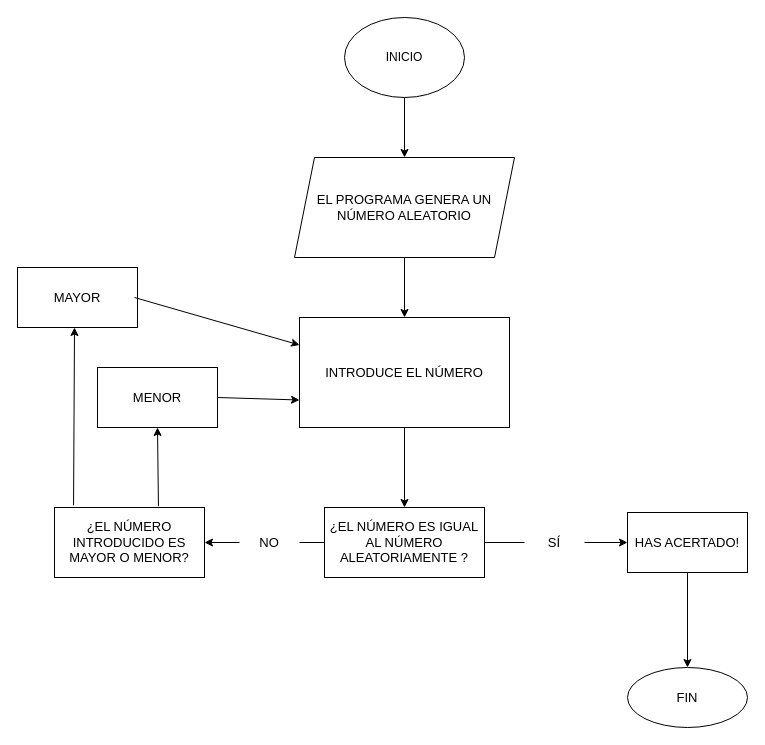
Above: diagrama.drawio in jaimeeramiirez/Adivina_un_numero_jaime_ramirez (draw.io), before the change. Source tidied: cells renumbered, new cells numbered last; positions are measured from the earlier drawing's top-left corner, leaving out a move shared by most shapes. Both pictures are drawn from the tidied source at 100%, with x=0, y=0 at pixel (17, 17).
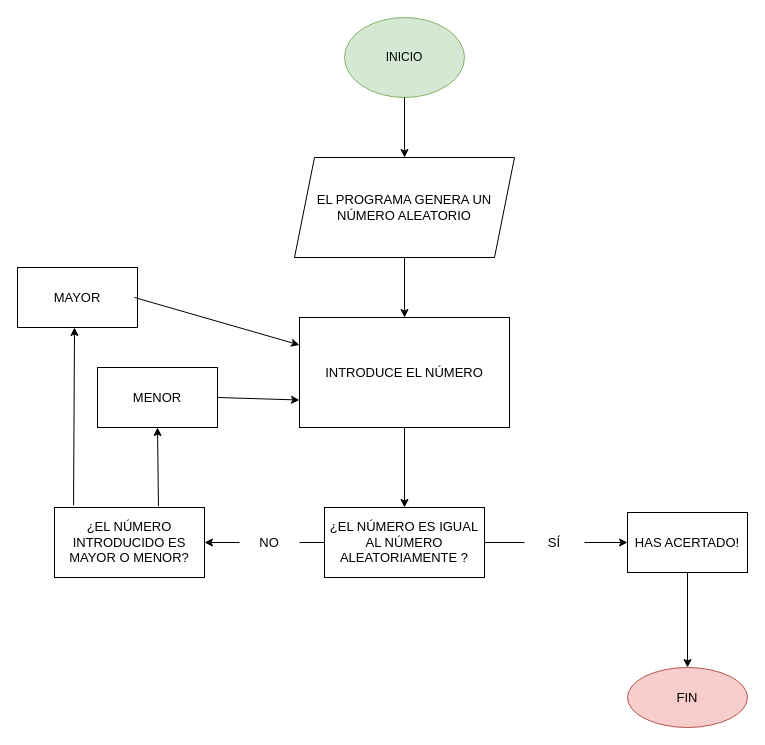
The same diagram, later.

What changed in the source:
```diff
@@
-    <mxCell id="2" value="INICIO" style="ellipse;whiteSpace=wrap;html=1;" parent="1" vertex="1">
+    <mxCell id="2" value="INICIO" style="ellipse;whiteSpace=wrap;html=1;fillColor=#D5E8D4;strokeColor=#82b366;" parent="1" vertex="1">
       <mxGeometry x="327" width="120" height="80" as="geometry" />
     </mxCell>
@@
-    <mxCell id="15" value="FIN" style="ellipse;whiteSpace=wrap;html=1;fontSize=13;rounded=0;" parent="1" vertex="1">
+    <mxCell id="15" value="FIN" style="ellipse;whiteSpace=wrap;html=1;fontSize=13;rounded=0;fillColor=#f8cecc;strokeColor=#b85450;" parent="1" vertex="1">
       <mxGeometry x="610" y="650" width="120" height="60" as="geometry" />
     </mxCell>
```
